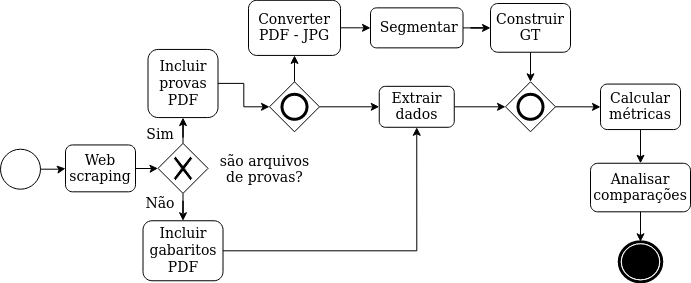
Above: Untitled Diagram.png in karinawie/process-diagram (draw.io), before the change. Source tidied: cells renumbered, new cells last; positions are measured from the earlier drawing's top-left corner, leaving out a move shared by most shapes.
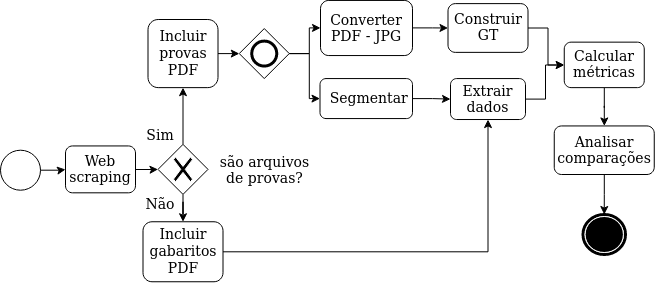
Later version of the same file.

What changed in the source:
```diff
@@ -8,44 +8,44 @@
     <mxCell id="3" value="&lt;font style=&quot;font-size: 14px&quot;&gt;Web scraping&lt;/font&gt;" style="shape=ext;rounded=1;html=1;whiteSpace=wrap;" parent="1" vertex="1">
       <mxGeometry x="65" y="144.4" width="70" height="46.9" as="geometry" />
     </mxCell>
-    <mxCell id="4" style="edgeStyle=orthogonalEdgeStyle;rounded=0;jettySize=auto;html=1;" parent="1" edge="1" source="5" target="33">
-      <mxGeometry relative="1" as="geometry" />
-    </mxCell>
+    <mxCell id="34" style="edgeStyle=orthogonalEdgeStyle;rounded=0;jettySize=auto;html=1;" parent="1" edge="1" source="5" target="11">
+      <mxGeometry relative="1" as="geometry" />
+    </mxCell>
     <mxCell id="5" value="&lt;font style=&quot;font-size: 14px&quot;&gt;&lt;font style=&quot;font-size: 14px&quot;&gt;Extrair dados&lt;/font&gt;&lt;br&gt;&lt;/font&gt;" style="html=1;whiteSpace=wrap;rounded=1;" parent="1" vertex="1">
-      <mxGeometry x="378.8" y="85.8" width="75" height="41" as="geometry" />
+      <mxGeometry x="450" y="77.1" width="75" height="41" as="geometry" />
     </mxCell>
-    <mxCell id="6" style="edgeStyle=orthogonalEdgeStyle;rounded=0;jettySize=auto;html=1;" parent="1" edge="1" source="7" target="33">
-      <mxGeometry relative="1" as="geometry" />
-    </mxCell>
+    <mxCell id="35" style="edgeStyle=orthogonalEdgeStyle;rounded=0;jettySize=auto;html=1;" parent="1" edge="1" source="7" target="11">
+      <mxGeometry relative="1" as="geometry" />
+    </mxCell>
     <mxCell id="7" value="&lt;font style=&quot;font-size: 14px&quot;&gt;Construir GT &lt;/font&gt;" style="html=1;whiteSpace=wrap;rounded=1;" parent="1" vertex="1">
-      <mxGeometry x="490" y="3" width="80" height="48.8" as="geometry" />
+      <mxGeometry x="447.5" y="2.1" width="80" height="48.8" as="geometry" />
     </mxCell>
-    <mxCell id="8" style="edgeStyle=orthogonalEdgeStyle;rounded=0;jettySize=auto;html=1;" parent="1" edge="1" source="9" target="7">
-      <mxGeometry relative="1" as="geometry" />
-    </mxCell>
+    <mxCell id="36" style="edgeStyle=orthogonalEdgeStyle;rounded=0;jettySize=auto;html=1;" parent="1" edge="1" source="9" target="5">
+      <mxGeometry relative="1" as="geometry" />
+    </mxCell>
     <mxCell id="9" value="&lt;div&gt;&lt;font style=&quot;font-size: 14px&quot;&gt;&amp;nbsp;Segmentar&lt;/font&gt;&lt;/div&gt;" style="shape=ext;rounded=1;html=1;whiteSpace=wrap;" parent="1" vertex="1">
-      <mxGeometry x="370" y="7.4" width="92.5" height="40" as="geometry" />
+      <mxGeometry x="319.5" y="77.1" width="92.5" height="40" as="geometry" />
     </mxCell>
     <mxCell id="10" style="edgeStyle=orthogonalEdgeStyle;rounded=0;jettySize=auto;html=1;" parent="1" edge="1" source="11" target="28">
       <mxGeometry relative="1" as="geometry" />
     </mxCell>
     <mxCell id="11" value="&lt;font style=&quot;font-size: 14px&quot;&gt;Calcular métricas&lt;/font&gt;" style="html=1;whiteSpace=wrap;rounded=1;" parent="1" vertex="1">
-      <mxGeometry x="600" y="83.6" width="80" height="45.5" as="geometry" />
+      <mxGeometry x="563.8" y="40.6" width="80" height="45.5" as="geometry" />
     </mxCell>
-    <mxCell id="12" style="edgeStyle=orthogonalEdgeStyle;rounded=0;jettySize=auto;html=1;" parent="1" edge="1" source="13" target="9">
-      <mxGeometry relative="1" as="geometry" />
-    </mxCell>
+    <mxCell id="37" style="edgeStyle=orthogonalEdgeStyle;rounded=0;jettySize=auto;html=1;" parent="1" edge="1" source="13" target="7">
+      <mxGeometry relative="1" as="geometry" />
+    </mxCell>
     <mxCell id="13" value="&lt;font style=&quot;font-size: 14px&quot;&gt;Converter PDF - JPG&lt;/font&gt;" style="html=1;whiteSpace=wrap;rounded=1;" parent="1" vertex="1">
-      <mxGeometry x="248" y="-0.2" width="92" height="55.1" as="geometry" />
+      <mxGeometry x="320" y="-1.1" width="92" height="55.1" as="geometry" />
     </mxCell>
     <mxCell id="14" style="shape=mxgraph.bpmn.shape;html=1;verticalLabelPosition=bottom;labelBackgroundColor=#ffffff;verticalAlign=top;align=center;perimeter=ellipsePerimeter;outlineConnect=0;outline=end;symbol=terminate;" parent="1" vertex="1">
-      <mxGeometry x="618.8" y="241.3" width="42.5" height="40" as="geometry" />
+      <mxGeometry x="582.5" y="213" width="42.5" height="40" as="geometry" />
     </mxCell>
     <mxCell id="15" style="edgeStyle=orthogonalEdgeStyle;rounded=0;jettySize=auto;html=1;" parent="1" edge="1" source="16" target="31">
       <mxGeometry relative="1" as="geometry" />
     </mxCell>
     <mxCell id="16" value="&lt;font style=&quot;font-size: 14px&quot;&gt;Incluir provas PDF&lt;br&gt;&lt;/font&gt;" style="shape=ext;rounded=1;html=1;whiteSpace=wrap;" parent="1" vertex="1">
-      <mxGeometry x="147.5" y="48.9" width="70" height="68.1" as="geometry" />
+      <mxGeometry x="147.5" y="18" width="70" height="68.1" as="geometry" />
     </mxCell>
     <mxCell id="17" style="edgeStyle=orthogonalEdgeStyle;rounded=0;jettySize=auto;html=1;entryX=0.5;entryY=1;entryDx=0;entryDy=0;" parent="1" edge="1" source="18" target="5">
       <mxGeometry relative="1" as="geometry" />
@@ -81,22 +81,16 @@
       <mxGeometry relative="1" as="geometry" />
     </mxCell>
     <mxCell id="28" value="&lt;div&gt;&lt;font style=&quot;font-size: 14px&quot;&gt;Analisar comparações&lt;/font&gt;&lt;/div&gt;" style="html=1;whiteSpace=wrap;rounded=1;" parent="1" vertex="1">
-      <mxGeometry x="590" y="162.8" width="100" height="48.5" as="geometry" />
+      <mxGeometry x="553.8" y="124.4" width="100" height="48.5" as="geometry" />
     </mxCell>
     <mxCell id="29" style="edgeStyle=orthogonalEdgeStyle;rounded=0;jettySize=auto;html=1;" parent="1" edge="1" source="31" target="13">
       <mxGeometry relative="1" as="geometry" />
     </mxCell>
-    <mxCell id="30" style="edgeStyle=orthogonalEdgeStyle;rounded=0;jettySize=auto;html=1;" parent="1" edge="1" source="31" target="5">
-      <mxGeometry relative="1" as="geometry" />
-    </mxCell>
+    <mxCell id="38" style="edgeStyle=orthogonalEdgeStyle;rounded=0;jettySize=auto;html=1;" parent="1" edge="1" source="31" target="9">
+      <mxGeometry relative="1" as="geometry" />
+    </mxCell>
     <mxCell id="31" style="shape=mxgraph.bpmn.shape;html=1;verticalLabelPosition=bottom;labelBackgroundColor=#ffffff;verticalAlign=top;align=center;perimeter=rhombusPerimeter;background=gateway;outlineConnect=0;outline=end;symbol=general;" parent="1" vertex="1">
-      <mxGeometry x="269" y="81.3" width="50" height="50" as="geometry" />
+      <mxGeometry x="238.8" y="27.1" width="50" height="50" as="geometry" />
     </mxCell>
-    <mxCell id="32" style="edgeStyle=orthogonalEdgeStyle;rounded=0;jettySize=auto;html=1;" parent="1" edge="1" source="33" target="11">
-      <mxGeometry relative="1" as="geometry" />
-    </mxCell>
-    <mxCell id="33" style="shape=mxgraph.bpmn.shape;html=1;verticalLabelPosition=bottom;labelBackgroundColor=#ffffff;verticalAlign=top;align=center;perimeter=rhombusPerimeter;background=gateway;outlineConnect=0;outline=end;symbol=general;" parent="1" vertex="1">
-      <mxGeometry x="505" y="81.3" width="50" height="50" as="geometry" />
-    </mxCell>
   </root>
 </mxGraphModel>
```
